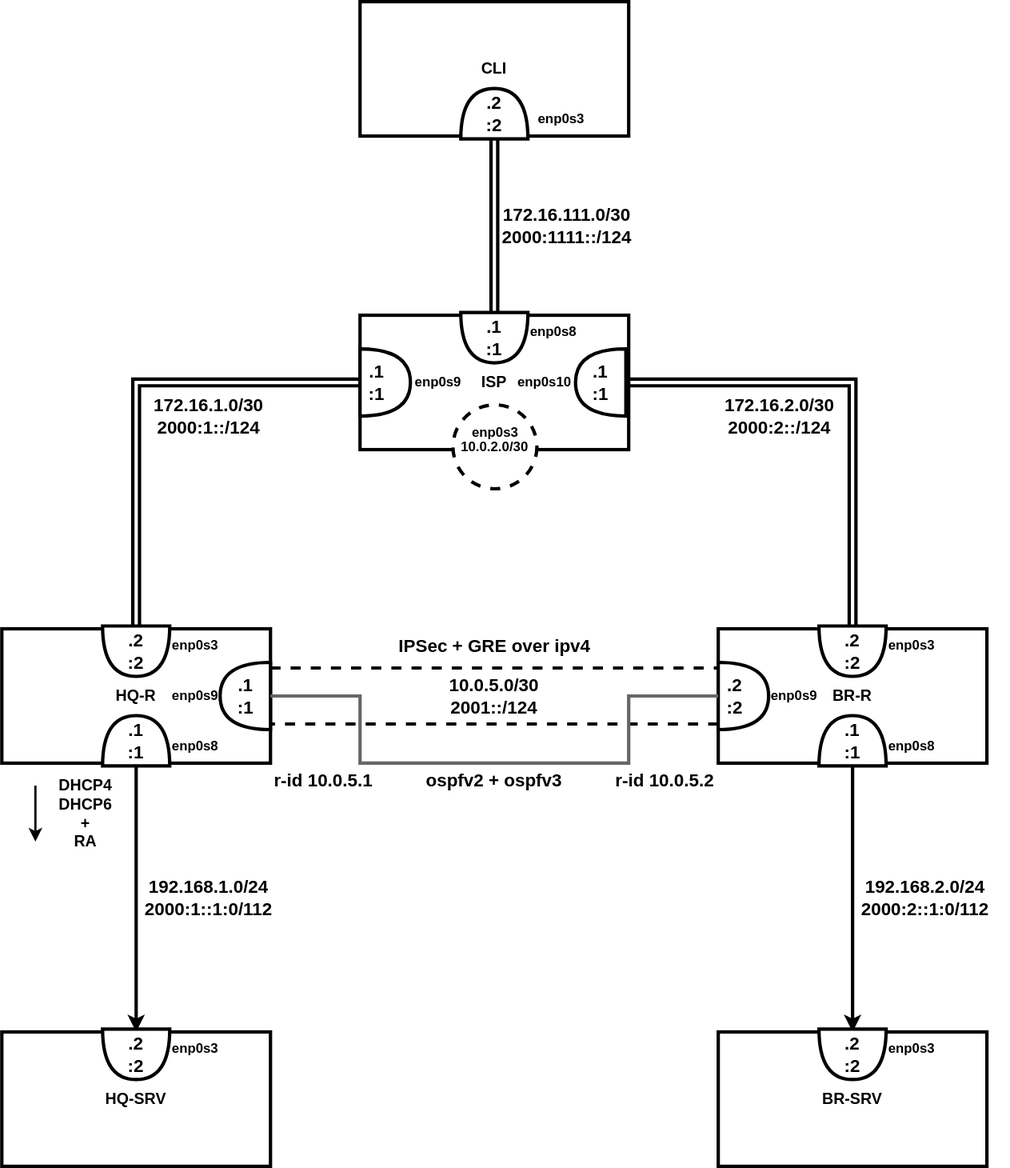
The draw.io diagram demo.svg in Ivashkka/demo_exam, before a commit. Source tidied: cells renumbered, new cells last; positions are measured from the earlier drawing's top-left corner, leaving out a move shared by most shapes.
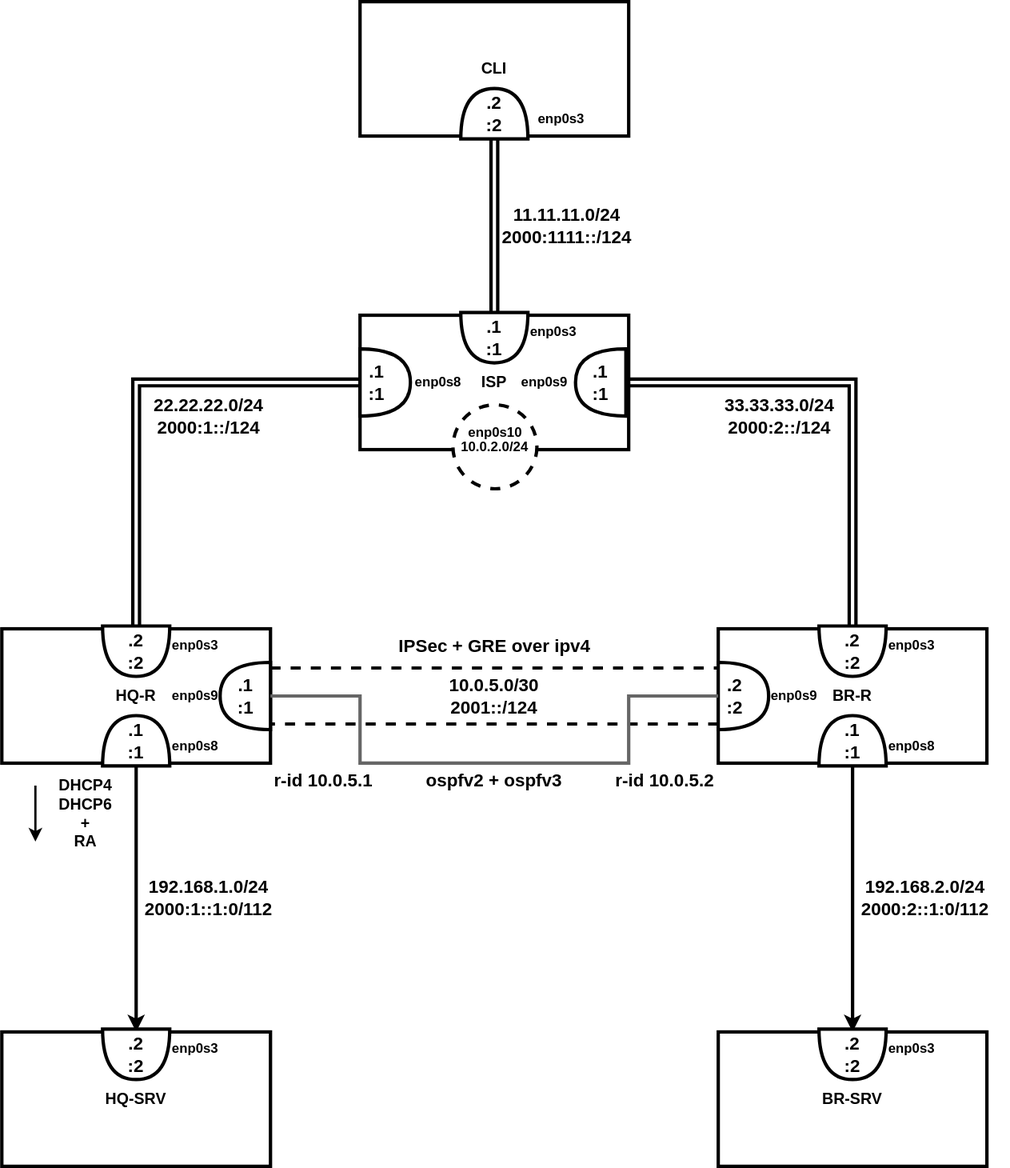
Later version of the same file.

What changed in the source:
```diff
@@ -49,19 +49,19 @@
     <mxCell id="14" value="&lt;font size=&quot;1&quot; style=&quot;&quot;&gt;&lt;b style=&quot;font-size: 16px;&quot;&gt;192.168.2.0/24&lt;br&gt;&lt;/b&gt;&lt;/font&gt;&lt;b style=&quot;border-color: var(--border-color); font-size: 16px;&quot;&gt;2000:2::1:0/112&lt;/b&gt;&lt;font size=&quot;1&quot; style=&quot;&quot;&gt;&lt;b style=&quot;font-size: 16px;&quot;&gt;&lt;br&gt;&lt;/b&gt;&lt;/font&gt;" style="text;html=1;strokeColor=none;fillColor=none;align=center;verticalAlign=middle;whiteSpace=wrap;rounded=0;" parent="1" vertex="1">
       <mxGeometry x="750" y="770" width="150" height="60" as="geometry" />
     </mxCell>
-    <mxCell id="15" value="&lt;span style=&quot;font-size: 16px;&quot;&gt;&lt;b&gt;172.16.1.0/30&lt;br&gt;2000:1::/124&lt;br&gt;&lt;/b&gt;&lt;/span&gt;" style="text;html=1;strokeColor=none;fillColor=none;align=center;verticalAlign=middle;whiteSpace=wrap;rounded=0;" parent="1" vertex="1">
+    <mxCell id="15" value="&lt;span style=&quot;font-size: 16px;&quot;&gt;&lt;b&gt;22.22.22.0/24&lt;br&gt;2000:1::/124&lt;br&gt;&lt;/b&gt;&lt;/span&gt;" style="text;html=1;strokeColor=none;fillColor=none;align=center;verticalAlign=middle;whiteSpace=wrap;rounded=0;" parent="1" vertex="1">
       <mxGeometry x="110" y="340" width="150" height="60" as="geometry" />
     </mxCell>
-    <mxCell id="16" value="&lt;span style=&quot;font-size: 16px;&quot;&gt;&lt;b&gt;172.16.2.0/30&lt;br&gt;2000:2::/124&lt;br&gt;&lt;/b&gt;&lt;/span&gt;" style="text;html=1;strokeColor=none;fillColor=none;align=center;verticalAlign=middle;whiteSpace=wrap;rounded=0;" parent="1" vertex="1">
+    <mxCell id="16" value="&lt;span style=&quot;font-size: 16px;&quot;&gt;&lt;b&gt;33.33.33.0/24&lt;br&gt;2000:2::/124&lt;br&gt;&lt;/b&gt;&lt;/span&gt;" style="text;html=1;strokeColor=none;fillColor=none;align=center;verticalAlign=middle;whiteSpace=wrap;rounded=0;" parent="1" vertex="1">
       <mxGeometry x="620" y="340" width="150" height="60" as="geometry" />
     </mxCell>
     <mxCell id="17" style="endArrow=classic;startArrow=classic;html=1;rounded=0;exitX=1;exitY=0.5;exitDx=0;exitDy=0;entryX=0;entryY=0.5;entryDx=0;entryDy=0;shape=link;strokeWidth=3;endSize=6;targetPerimeterSpacing=0;sourcePerimeterSpacing=0;startSize=6;width=48;dashed=1;" parent="1" edge="1" source="6" target="8">
       <mxGeometry relative="1" as="geometry" />
     </mxCell>
-    <mxCell id="18" value="&lt;span style=&quot;font-size: 16px;&quot;&gt;&lt;b&gt;172.16.111.0/30&lt;br&gt;2000:1111::/124&lt;br&gt;&lt;/b&gt;&lt;/span&gt;" style="text;html=1;strokeColor=none;fillColor=none;align=center;verticalAlign=middle;whiteSpace=wrap;rounded=0;" parent="1" vertex="1">
+    <mxCell id="18" value="&lt;span style=&quot;font-size: 16px;&quot;&gt;&lt;b&gt;11.11.11.0/24&lt;br&gt;2000:1111::/124&lt;br&gt;&lt;/b&gt;&lt;/span&gt;" style="text;html=1;strokeColor=none;fillColor=none;align=center;verticalAlign=middle;whiteSpace=wrap;rounded=0;" parent="1" vertex="1">
       <mxGeometry x="430" y="170" width="150" height="60" as="geometry" />
     </mxCell>
-    <mxCell id="19" value="&lt;b&gt;10.0.2.0/30&lt;/b&gt;" style="ellipse;whiteSpace=wrap;html=1;strokeWidth=3;dashed=1;" parent="1" vertex="1">
+    <mxCell id="19" value="&lt;b&gt;10.0.2.0/24&lt;/b&gt;" style="ellipse;whiteSpace=wrap;html=1;strokeWidth=3;dashed=1;" parent="1" vertex="1">
       <mxGeometry x="403" y="360" width="75" height="75" as="geometry" />
     </mxCell>
     <mxCell id="20" style="shape=or;whiteSpace=wrap;html=1;strokeWidth=3;" parent="1" vertex="1">
@@ -136,16 +136,16 @@
     <mxCell id="43" value="&lt;span style=&quot;font-size: 16px;&quot;&gt;&lt;b&gt;.2&lt;br&gt;:2&lt;br&gt;&lt;/b&gt;&lt;/span&gt;" style="text;html=1;strokeColor=none;fillColor=none;align=center;verticalAlign=middle;whiteSpace=wrap;rounded=0;" parent="1" vertex="1">
       <mxGeometry x="640" y="605" width="30" height="30" as="geometry" />
     </mxCell>
-    <mxCell id="44" value="&lt;b style=&quot;border-color: var(--border-color);&quot;&gt;enp0s3&lt;/b&gt;" style="text;html=1;strokeColor=none;fillColor=none;align=center;verticalAlign=middle;whiteSpace=wrap;rounded=0;" parent="1" vertex="1">
+    <mxCell id="44" value="&lt;b style=&quot;border-color: var(--border-color);&quot;&gt;enp0s10&lt;/b&gt;" style="text;html=1;strokeColor=none;fillColor=none;align=center;verticalAlign=middle;whiteSpace=wrap;rounded=0;" parent="1" vertex="1">
       <mxGeometry x="410.5" y="370" width="60" height="30" as="geometry" />
     </mxCell>
-    <mxCell id="45" value="&lt;b style=&quot;border-color: var(--border-color);&quot;&gt;enp0s9&lt;/b&gt;" style="text;html=1;strokeColor=none;fillColor=none;align=center;verticalAlign=middle;whiteSpace=wrap;rounded=0;" parent="1" vertex="1">
+    <mxCell id="45" value="&lt;b style=&quot;border-color: var(--border-color);&quot;&gt;enp0s8&lt;/b&gt;" style="text;html=1;strokeColor=none;fillColor=none;align=center;verticalAlign=middle;whiteSpace=wrap;rounded=0;" parent="1" vertex="1">
       <mxGeometry x="360" y="325" width="60" height="30" as="geometry" />
     </mxCell>
-    <mxCell id="46" value="&lt;b style=&quot;border-color: var(--border-color);&quot;&gt;enp0s10&lt;/b&gt;" style="text;html=1;strokeColor=none;fillColor=none;align=center;verticalAlign=middle;whiteSpace=wrap;rounded=0;" parent="1" vertex="1">
+    <mxCell id="46" value="&lt;b style=&quot;border-color: var(--border-color);&quot;&gt;enp0s9&lt;/b&gt;" style="text;html=1;strokeColor=none;fillColor=none;align=center;verticalAlign=middle;whiteSpace=wrap;rounded=0;" parent="1" vertex="1">
       <mxGeometry x="455" y="325" width="60" height="30" as="geometry" />
     </mxCell>
-    <mxCell id="47" value="&lt;b style=&quot;border-color: var(--border-color);&quot;&gt;enp0s8&lt;/b&gt;" style="text;html=1;strokeColor=none;fillColor=none;align=center;verticalAlign=middle;whiteSpace=wrap;rounded=0;" parent="1" vertex="1">
+    <mxCell id="47" value="&lt;b style=&quot;border-color: var(--border-color);&quot;&gt;enp0s3&lt;/b&gt;" style="text;html=1;strokeColor=none;fillColor=none;align=center;verticalAlign=middle;whiteSpace=wrap;rounded=0;" parent="1" vertex="1">
       <mxGeometry x="462.5" y="280" width="60" height="30" as="geometry" />
     </mxCell>
     <mxCell id="48" value="&lt;b style=&quot;border-color: var(--border-color);&quot;&gt;enp0s3&lt;/b&gt;" style="text;html=1;strokeColor=none;fillColor=none;align=center;verticalAlign=middle;whiteSpace=wrap;rounded=0;" parent="1" vertex="1">
```
